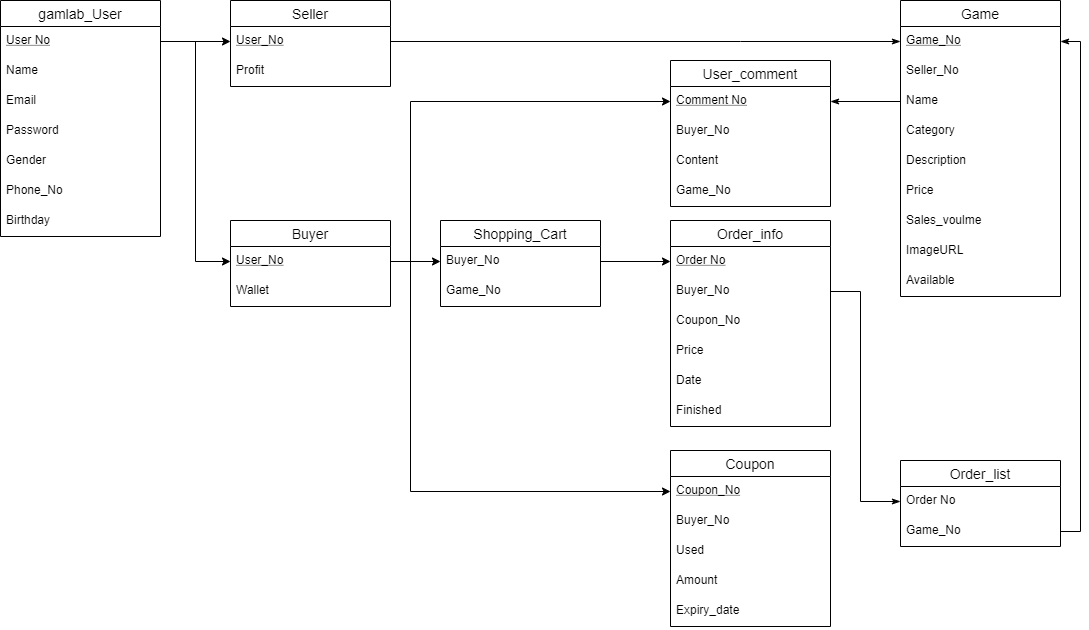
Above: DBMS-Database Schema.png in 13urgerKing/109-1DBMS (draw.io), before the change. Source tidied: cells renumbered, new cells last; positions are measured from the earlier drawing's top-left corner, leaving out a move shared by most shapes.
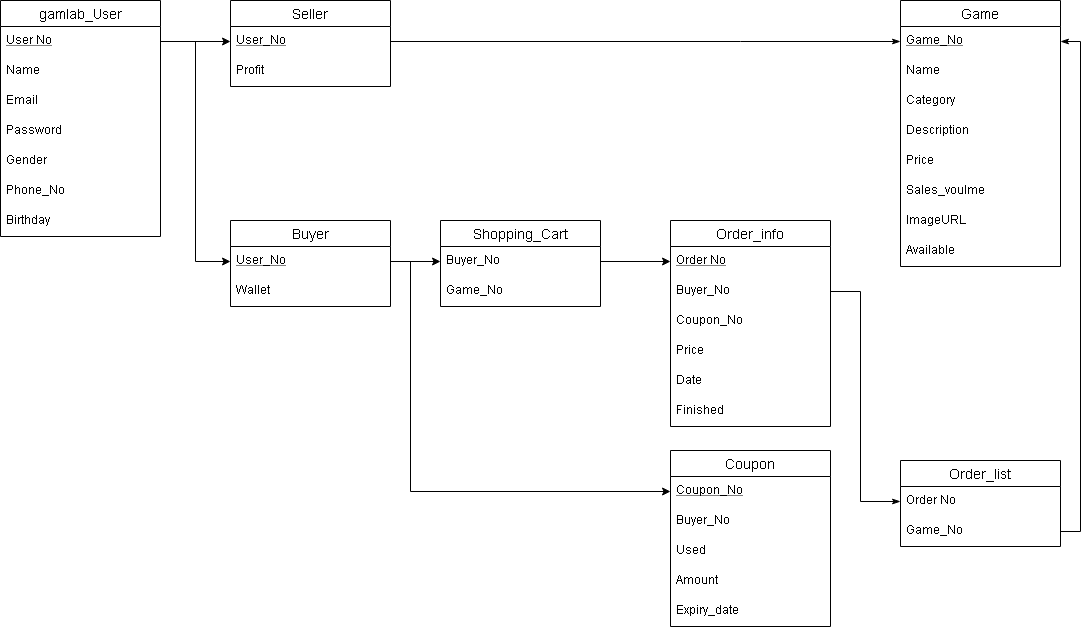
Above is the later version.

What changed in the source:
```diff
@@ -45,50 +45,32 @@
       <mxGeometry y="56" width="160" height="30" as="geometry" />
     </mxCell>
     <mxCell id="16" value="Game" style="swimlane;fontStyle=0;horizontal=1;startSize=26;align=center;fontSize=14;shadow=0;" parent="1" vertex="1">
-      <mxGeometry x="900" width="160" height="296" as="geometry" />
+      <mxGeometry x="900" width="160" height="266" as="geometry" />
     </mxCell>
     <mxCell id="17" value="Game_No" style="text;strokeColor=none;fillColor=none;spacingLeft=4;spacingRight=4;overflow=hidden;points=[[0,0.5],[1,0.5]];portConstraint=eastwest;fontSize=12;fontStyle=4;" parent="16" vertex="1">
       <mxGeometry y="26" width="160" height="30" as="geometry" />
     </mxCell>
-    <mxCell id="18" value="Seller_No" style="text;strokeColor=none;fillColor=none;spacingLeft=4;spacingRight=4;overflow=hidden;fontSize=12;fontStyle=0;" parent="16" vertex="1">
-      <mxGeometry y="56" width="160" height="30" as="geometry" />
-    </mxCell>
     <mxCell id="19" value="Name" style="text;strokeColor=none;fillColor=none;spacingLeft=4;spacingRight=4;overflow=hidden;fontSize=12;" parent="16" vertex="1">
-      <mxGeometry y="86" width="160" height="30" as="geometry" />
+      <mxGeometry y="56" width="160" height="30" as="geometry" />
     </mxCell>
     <mxCell id="20" value="Category" style="text;strokeColor=none;fillColor=none;spacingLeft=4;spacingRight=4;overflow=hidden;fontSize=12;" parent="16" vertex="1">
-      <mxGeometry y="116" width="160" height="30" as="geometry" />
+      <mxGeometry y="86" width="160" height="30" as="geometry" />
     </mxCell>
     <mxCell id="21" value="Description" style="text;strokeColor=none;fillColor=none;spacingLeft=4;spacingRight=4;overflow=hidden;fontSize=12;" parent="16" vertex="1">
-      <mxGeometry y="146" width="160" height="30" as="geometry" />
+      <mxGeometry y="116" width="160" height="30" as="geometry" />
     </mxCell>
     <mxCell id="22" value="Price" style="text;strokeColor=none;fillColor=none;spacingLeft=4;spacingRight=4;overflow=hidden;fontSize=12;" parent="16" vertex="1">
-      <mxGeometry y="176" width="160" height="30" as="geometry" />
+      <mxGeometry y="146" width="160" height="30" as="geometry" />
     </mxCell>
     <mxCell id="23" value="Sales_voulme" style="text;strokeColor=none;fillColor=none;spacingLeft=4;spacingRight=4;overflow=hidden;fontSize=12;" parent="16" vertex="1">
-      <mxGeometry y="206" width="160" height="30" as="geometry" />
+      <mxGeometry y="176" width="160" height="30" as="geometry" />
     </mxCell>
     <mxCell id="24" value="ImageURL" style="text;strokeColor=none;fillColor=none;spacingLeft=4;spacingRight=4;overflow=hidden;fontSize=12;" parent="16" vertex="1">
-      <mxGeometry y="236" width="160" height="30" as="geometry" />
+      <mxGeometry y="206" width="160" height="30" as="geometry" />
     </mxCell>
     <mxCell id="25" value="Available" style="text;strokeColor=none;fillColor=none;spacingLeft=4;spacingRight=4;overflow=hidden;fontSize=12;" parent="16" vertex="1">
-      <mxGeometry y="266" width="160" height="30" as="geometry" />
+      <mxGeometry y="236" width="160" height="30" as="geometry" />
     </mxCell>
-    <mxCell id="26" value="User_comment" style="swimlane;fontStyle=0;horizontal=1;startSize=26;align=center;fontSize=14;" parent="1" vertex="1">
-      <mxGeometry x="670" y="60" width="160" height="146" as="geometry" />
-    </mxCell>
-    <mxCell id="27" value="Comment No" style="text;strokeColor=none;fillColor=none;spacingLeft=4;spacingRight=4;overflow=hidden;points=[[0,0.5],[1,0.5]];portConstraint=eastwest;fontSize=12;fontStyle=4;" parent="26" vertex="1">
-      <mxGeometry y="26" width="160" height="30" as="geometry" />
-    </mxCell>
-    <mxCell id="28" value="Buyer_No" style="text;strokeColor=none;fillColor=none;spacingLeft=4;spacingRight=4;overflow=hidden;fontSize=12;" parent="26" vertex="1">
-      <mxGeometry y="56" width="160" height="30" as="geometry" />
-    </mxCell>
-    <mxCell id="29" value="Content" style="text;strokeColor=none;fillColor=none;spacingLeft=4;spacingRight=4;overflow=hidden;fontSize=12;fontStyle=0;" parent="26" vertex="1">
-      <mxGeometry y="86" width="160" height="30" as="geometry" />
-    </mxCell>
-    <mxCell id="30" value="Game_No" style="text;strokeColor=none;fillColor=none;spacingLeft=4;spacingRight=4;overflow=hidden;fontSize=12;fontStyle=0;" parent="26" vertex="1">
-      <mxGeometry y="116" width="160" height="30" as="geometry" />
-    </mxCell>
     <mxCell id="31" value="Coupon" style="swimlane;fontStyle=0;horizontal=1;startSize=26;align=center;fontSize=14;" parent="1" vertex="1">
       <mxGeometry x="670" y="450" width="160" height="176" as="geometry" />
     </mxCell>
@@ -116,14 +98,6 @@
     <mxCell id="39" value="Profit" style="text;strokeColor=none;fillColor=none;spacingLeft=4;spacingRight=4;overflow=hidden;fontSize=12;" parent="37" vertex="1">
       <mxGeometry y="56" width="160" height="30" as="geometry" />
     </mxCell>
-    <mxCell id="40" style="edgeStyle=orthogonalEdgeStyle;rounded=0;jettySize=auto;html=1;entryX=1;entryY=0.5;entryDx=0;entryDy=0;endArrow=classicThin;endFill=1;" parent="1" edge="1" target="27">
-      <mxGeometry relative="1" as="geometry">
-        <mxPoint x="900" y="101" as="sourcePoint" />
-        <Array as="points">
-          <mxPoint x="900" y="101" />
-        </Array>
-      </mxGeometry>
-    </mxCell>
     <mxCell id="41" value="Order_info" style="swimlane;fontStyle=0;horizontal=1;startSize=26;align=center;fontSize=14;" parent="1" vertex="1">
       <mxGeometry x="670" y="220" width="160" height="206" as="geometry" />
     </mxCell>
@@ -188,14 +162,6 @@
         </Array>
       </mxGeometry>
     </mxCell>
-    <mxCell id="57" style="edgeStyle=orthogonalEdgeStyle;rounded=0;jettySize=auto;html=1;exitX=1;exitY=0.5;exitDx=0;exitDy=0;entryX=0;entryY=0.5;entryDx=0;entryDy=0;" parent="1" edge="1" source="11" target="27">
-      <mxGeometry relative="1" as="geometry">
-        <Array as="points">
-          <mxPoint x="410" y="261" />
-          <mxPoint x="410" y="101" />
-        </Array>
-      </mxGeometry>
-    </mxCell>
     <mxCell id="58" style="edgeStyle=orthogonalEdgeStyle;rounded=0;jettySize=auto;html=1;exitX=1;exitY=0.5;exitDx=0;exitDy=0;entryX=0;entryY=0.5;entryDx=0;entryDy=0;" parent="1" edge="1" source="3" target="38">
       <mxGeometry relative="1" as="geometry" />
     </mxCell>
```
